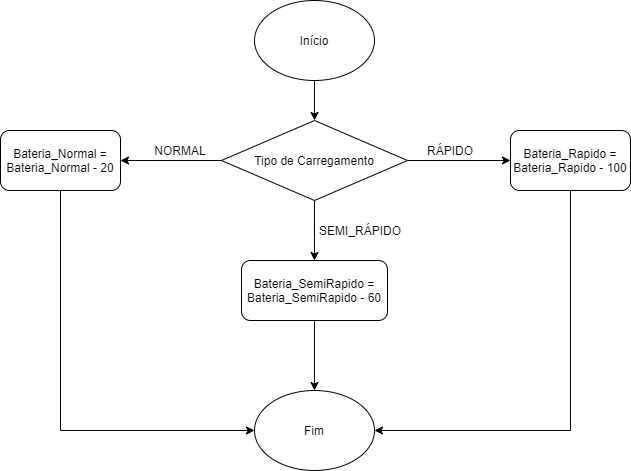
Above: flux_atualizacao_energia.png in ProgRub/Proj2AC (draw.io), before the change. Source tidied: cells renumbered, new cells last; positions are measured from the earlier drawing's top-left corner, leaving out a move shared by most shapes. The source it was exported from:
```xml
<mxGraphModel>
  <root>
    <mxCell id="0" />
    <mxCell id="1" parent="0" />
    <mxCell id="2" style="edgeStyle=orthogonalEdgeStyle;rounded=0;jettySize=auto;html=1;entryX=0.5;entryY=0;entryDx=0;entryDy=0;" parent="1" edge="1" source="3" target="7">
      <mxGeometry relative="1" as="geometry" />
    </mxCell>
    <mxCell id="3" value="Início" style="ellipse;whiteSpace=wrap;html=1;" parent="1" vertex="1">
      <mxGeometry x="254" width="120" height="80" as="geometry" />
    </mxCell>
    <mxCell id="4" style="edgeStyle=orthogonalEdgeStyle;rounded=0;jettySize=auto;html=1;entryX=0.5;entryY=0;entryDx=0;entryDy=0;" parent="1" edge="1" source="7" target="11">
      <mxGeometry relative="1" as="geometry" />
    </mxCell>
    <mxCell id="5" style="edgeStyle=orthogonalEdgeStyle;rounded=0;jettySize=auto;html=1;entryX=0;entryY=0.5;entryDx=0;entryDy=0;" parent="1" edge="1" source="7" target="13">
      <mxGeometry relative="1" as="geometry" />
    </mxCell>
    <mxCell id="6" style="edgeStyle=orthogonalEdgeStyle;rounded=0;jettySize=auto;html=1;entryX=1;entryY=0.5;entryDx=0;entryDy=0;" parent="1" edge="1" source="7" target="9">
      <mxGeometry relative="1" as="geometry" />
    </mxCell>
    <mxCell id="7" value="Tipo de Carregamento" style="rhombus;whiteSpace=wrap;html=1;" parent="1" vertex="1">
      <mxGeometry x="221" y="120" width="186" height="80" as="geometry" />
    </mxCell>
    <mxCell id="8" style="edgeStyle=orthogonalEdgeStyle;rounded=0;jettySize=auto;html=1;entryX=0;entryY=0.5;entryDx=0;entryDy=0;" parent="1" edge="1" source="9" target="17">
      <mxGeometry relative="1" as="geometry">
        <Array as="points">
          <mxPoint x="60" y="430" />
        </Array>
      </mxGeometry>
    </mxCell>
    <mxCell id="9" value="Bateria_Normal = Bateria_Normal - 20" style="rounded=1;whiteSpace=wrap;html=1;" parent="1" vertex="1">
      <mxGeometry y="130" width="120" height="60" as="geometry" />
    </mxCell>
    <mxCell id="10" style="edgeStyle=orthogonalEdgeStyle;rounded=0;jettySize=auto;html=1;entryX=0.5;entryY=0;entryDx=0;entryDy=0;" parent="1" edge="1" source="11" target="17">
      <mxGeometry relative="1" as="geometry" />
    </mxCell>
    <mxCell id="11" value="Bateria_SemiRapido = Bateria_SemiRapido - 60" style="rounded=1;whiteSpace=wrap;html=1;" parent="1" vertex="1">
      <mxGeometry x="241" y="260" width="146" height="60" as="geometry" />
    </mxCell>
    <mxCell id="12" style="edgeStyle=orthogonalEdgeStyle;rounded=0;jettySize=auto;html=1;entryX=1;entryY=0.5;entryDx=0;entryDy=0;" parent="1" edge="1" source="13" target="17">
      <mxGeometry relative="1" as="geometry">
        <Array as="points">
          <mxPoint x="570" y="430" />
        </Array>
      </mxGeometry>
    </mxCell>
    <mxCell id="13" value="Bateria_Rapido = Bateria_Rapido - 100" style="rounded=1;whiteSpace=wrap;html=1;" parent="1" vertex="1">
      <mxGeometry x="510" y="130" width="120" height="60" as="geometry" />
    </mxCell>
    <mxCell id="14" value="NORMAL" style="text;html=1;strokeColor=none;fillColor=none;align=center;verticalAlign=middle;whiteSpace=wrap;rounded=0;" parent="1" vertex="1">
      <mxGeometry x="160" y="140" width="40" height="20" as="geometry" />
    </mxCell>
    <mxCell id="15" value="RÁPIDO" style="text;html=1;strokeColor=none;fillColor=none;align=center;verticalAlign=middle;whiteSpace=wrap;rounded=0;" parent="1" vertex="1">
      <mxGeometry x="430" y="140" width="40" height="20" as="geometry" />
    </mxCell>
    <mxCell id="16" value="SEMI_RÁPIDO" style="text;html=1;strokeColor=none;fillColor=none;align=center;verticalAlign=middle;whiteSpace=wrap;rounded=0;" parent="1" vertex="1">
      <mxGeometry x="340" y="220" width="40" height="20" as="geometry" />
    </mxCell>
    <mxCell id="17" value="Fim" style="ellipse;whiteSpace=wrap;html=1;" parent="1" vertex="1">
      <mxGeometry x="254" y="390" width="120" height="80" as="geometry" />
    </mxCell>
  </root>
</mxGraphModel>
```
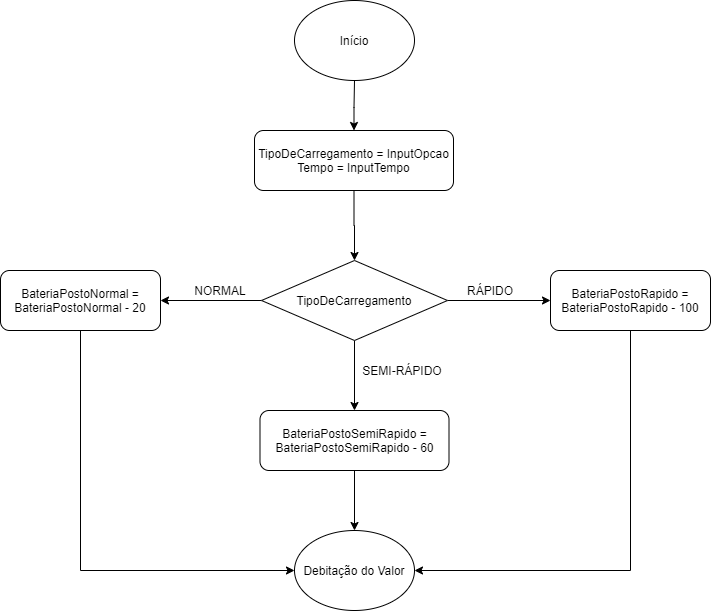
The same diagram one commit later.

Change to the diagram source:
```diff
@@ -2,11 +2,15 @@
   <root>
     <mxCell id="0" />
     <mxCell id="1" parent="0" />
-    <mxCell id="2" style="edgeStyle=orthogonalEdgeStyle;rounded=0;jettySize=auto;html=1;entryX=0.5;entryY=0;entryDx=0;entryDy=0;" parent="1" edge="1" source="3" target="7">
-      <mxGeometry relative="1" as="geometry" />
-    </mxCell>
+    <mxCell id="18" style="edgeStyle=orthogonalEdgeStyle;rounded=0;jettySize=auto;html=1;entryX=0.5;entryY=0;entryDx=0;entryDy=0;" parent="1" edge="1" source="3" target="20">
+      <mxGeometry relative="1" as="geometry">
+        <Array as="points">
+          <mxPoint x="314" y="-33" />
+        </Array>
+      </mxGeometry>
+    </mxCell>
     <mxCell id="3" value="Início" style="ellipse;whiteSpace=wrap;html=1;" parent="1" vertex="1">
-      <mxGeometry x="254" width="120" height="80" as="geometry" />
+      <mxGeometry x="254" y="-140" width="120" height="80" as="geometry" />
     </mxCell>
     <mxCell id="4" style="edgeStyle=orthogonalEdgeStyle;rounded=0;jettySize=auto;html=1;entryX=0.5;entryY=0;entryDx=0;entryDy=0;" parent="1" edge="1" source="7" target="11">
       <mxGeometry relative="1" as="geometry" />
@@ -17,34 +21,34 @@
     <mxCell id="6" style="edgeStyle=orthogonalEdgeStyle;rounded=0;jettySize=auto;html=1;entryX=1;entryY=0.5;entryDx=0;entryDy=0;" parent="1" edge="1" source="7" target="9">
       <mxGeometry relative="1" as="geometry" />
     </mxCell>
-    <mxCell id="7" value="Tipo de Carregamento" style="rhombus;whiteSpace=wrap;html=1;" parent="1" vertex="1">
+    <mxCell id="7" value="TipoDeCarregamento" style="rhombus;whiteSpace=wrap;html=1;" parent="1" vertex="1">
       <mxGeometry x="221" y="120" width="186" height="80" as="geometry" />
     </mxCell>
     <mxCell id="8" style="edgeStyle=orthogonalEdgeStyle;rounded=0;jettySize=auto;html=1;entryX=0;entryY=0.5;entryDx=0;entryDy=0;" parent="1" edge="1" source="9" target="17">
       <mxGeometry relative="1" as="geometry">
         <Array as="points">
-          <mxPoint x="60" y="430" />
+          <mxPoint x="40" y="430" />
         </Array>
       </mxGeometry>
     </mxCell>
-    <mxCell id="9" value="Bateria_Normal = Bateria_Normal - 20" style="rounded=1;whiteSpace=wrap;html=1;" parent="1" vertex="1">
-      <mxGeometry y="130" width="120" height="60" as="geometry" />
+    <mxCell id="9" value="BateriaPostoNormal = BateriaPostoNormal - 20" style="rounded=1;whiteSpace=wrap;html=1;" parent="1" vertex="1">
+      <mxGeometry x="-40" y="130" width="160" height="60" as="geometry" />
     </mxCell>
     <mxCell id="10" style="edgeStyle=orthogonalEdgeStyle;rounded=0;jettySize=auto;html=1;entryX=0.5;entryY=0;entryDx=0;entryDy=0;" parent="1" edge="1" source="11" target="17">
       <mxGeometry relative="1" as="geometry" />
     </mxCell>
-    <mxCell id="11" value="Bateria_SemiRapido = Bateria_SemiRapido - 60" style="rounded=1;whiteSpace=wrap;html=1;" parent="1" vertex="1">
-      <mxGeometry x="241" y="260" width="146" height="60" as="geometry" />
+    <mxCell id="11" value="BateriaPostoSemiRapido = BateriaPostoSemiRapido - 60" style="rounded=1;whiteSpace=wrap;html=1;" parent="1" vertex="1">
+      <mxGeometry x="219.5" y="270" width="189" height="60" as="geometry" />
     </mxCell>
     <mxCell id="12" style="edgeStyle=orthogonalEdgeStyle;rounded=0;jettySize=auto;html=1;entryX=1;entryY=0.5;entryDx=0;entryDy=0;" parent="1" edge="1" source="13" target="17">
       <mxGeometry relative="1" as="geometry">
         <Array as="points">
-          <mxPoint x="570" y="430" />
+          <mxPoint x="590" y="430" />
         </Array>
       </mxGeometry>
     </mxCell>
-    <mxCell id="13" value="Bateria_Rapido = Bateria_Rapido - 100" style="rounded=1;whiteSpace=wrap;html=1;" parent="1" vertex="1">
-      <mxGeometry x="510" y="130" width="120" height="60" as="geometry" />
+    <mxCell id="13" value="BateriaPostoRapido = BateriaPostoRapido - 100" style="rounded=1;whiteSpace=wrap;html=1;" parent="1" vertex="1">
+      <mxGeometry x="510" y="130" width="160" height="60" as="geometry" />
     </mxCell>
     <mxCell id="14" value="NORMAL" style="text;html=1;strokeColor=none;fillColor=none;align=center;verticalAlign=middle;whiteSpace=wrap;rounded=0;" parent="1" vertex="1">
       <mxGeometry x="160" y="140" width="40" height="20" as="geometry" />
@@ -52,11 +56,17 @@
     <mxCell id="15" value="RÁPIDO" style="text;html=1;strokeColor=none;fillColor=none;align=center;verticalAlign=middle;whiteSpace=wrap;rounded=0;" parent="1" vertex="1">
       <mxGeometry x="430" y="140" width="40" height="20" as="geometry" />
     </mxCell>
-    <mxCell id="16" value="SEMI_RÁPIDO" style="text;html=1;strokeColor=none;fillColor=none;align=center;verticalAlign=middle;whiteSpace=wrap;rounded=0;" parent="1" vertex="1">
-      <mxGeometry x="340" y="220" width="40" height="20" as="geometry" />
+    <mxCell id="16" value="SEMI-RÁPIDO" style="text;html=1;strokeColor=none;fillColor=none;align=center;verticalAlign=middle;whiteSpace=wrap;rounded=0;" parent="1" vertex="1">
+      <mxGeometry x="317" y="220" width="90" height="20" as="geometry" />
     </mxCell>
-    <mxCell id="17" value="Fim" style="ellipse;whiteSpace=wrap;html=1;" parent="1" vertex="1">
+    <mxCell id="17" value="Debitação do Valor" style="ellipse;whiteSpace=wrap;html=1;" parent="1" vertex="1">
       <mxGeometry x="254" y="390" width="120" height="80" as="geometry" />
     </mxCell>
+    <mxCell id="19" style="edgeStyle=orthogonalEdgeStyle;rounded=0;jettySize=auto;html=1;" parent="1" edge="1" source="20" target="7">
+      <mxGeometry relative="1" as="geometry" />
+    </mxCell>
+    <mxCell id="20" value="TipoDeCarregamento = InputOpcao&lt;br&gt;Tempo = InputTempo" style="rounded=1;whiteSpace=wrap;html=1;" parent="1" vertex="1">
+      <mxGeometry x="214" y="-10" width="199" height="60" as="geometry" />
+    </mxCell>
   </root>
 </mxGraphModel>
```
